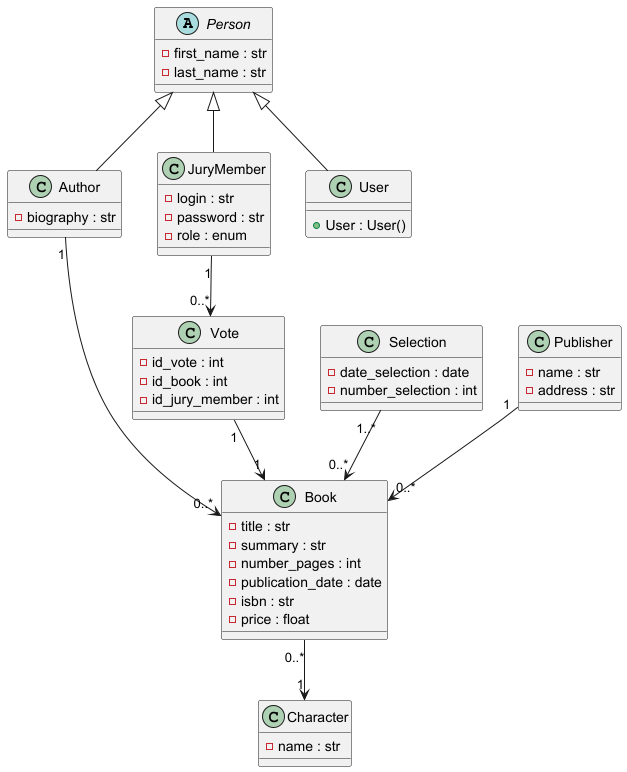
Before: doc/uml/2-class/goncourt-class.png, a diagram exported from PlantUML (john7440/Evaluation-Metier-Python).
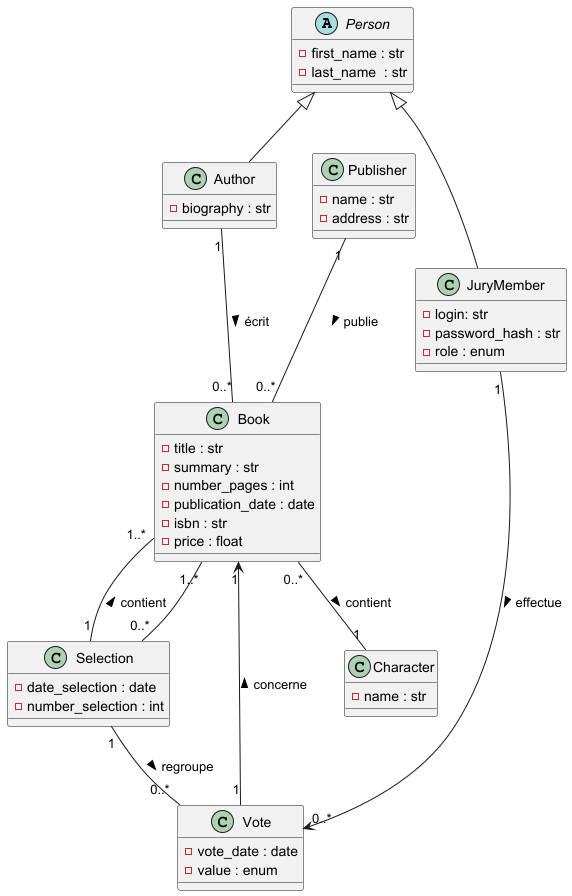
Later version of the same file.

Commit message:
modification du diagramme de classes (après évaluation)

What changed in the source:
```diff
@@ -2,7 +2,7 @@
 
 abstract class Person {
   - first_name : str
-  - last_name : str
+  - last_name  : str
 }
 
 class Author {
@@ -10,13 +10,9 @@
 }
 
 class JuryMember {
-  - login : str
-  - password : str
+  - login: str
+  - password_hash : str
   - role : enum
-}
-
-class User {
- +User : User()
 }
 
 class Book {
@@ -37,10 +33,9 @@
   - number_selection : int
 }
 
-class Vote{
- - id_vote : int
- - id_book : int
- - id_jury_member : int
+class Vote {
+  - vote_date : date
+  - value : enum
 }
 
 class Publisher {
@@ -48,16 +43,19 @@
   - address : str
 }
 
+
 Person <|-- Author
-Person <|-- User
 Person <|-- JuryMember
 
-Author "1" --> "0..*" Book
-Book "0..*" --> "1" Character
-Selection "1..*" --> "0..*" Book
-JuryMember "1" --> "0..*" Vote
-Vote "1" --> "1" Book
 
-Publisher "1" --> "0..*" Book
+Author "1" -- "0..*" Book      : écrit >
+Book "0..*" -- "1" Character   : contient >
+Publisher "1" -- "0..*" Book   : publie >
+Selection "1" -- "1..*" Book : contient >
+Book "1..*" -- "0..*" Selection
+
+JuryMember "1" --> "0..*" Vote : effectue >
+Vote "1" --> "1" Book          : concerne >
+Selection "1" -- "0..*" Vote   : regroupe >
 
 @enduml
```
